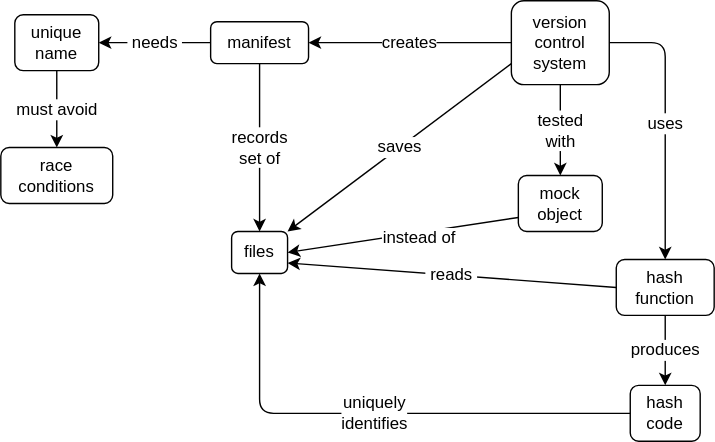
gvwilson/thirdbit keeps this draw.io diagram as sdxpy/archive/concept_map.svg. Above is the earlier version. Source tidied: cells renumbered, new cells last; positions are measured from the earlier drawing's top-left corner, leaving out a move shared by most shapes.
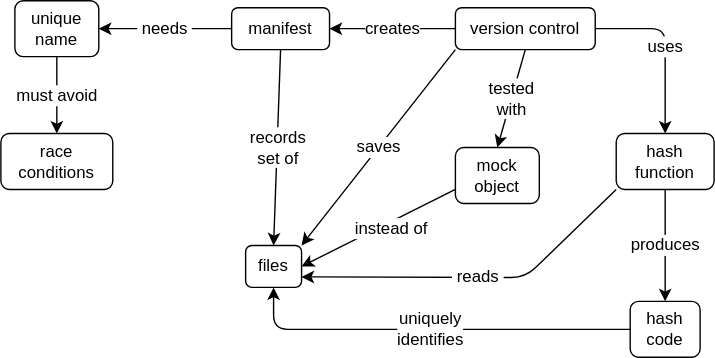
The same diagram one commit later.

What changed in the source:
```diff
@@ -2,23 +2,23 @@
   <root>
     <mxCell id="0" />
     <mxCell id="1" parent="0" />
-    <mxCell id="2" value="version&lt;br style=&quot;font-size: 12px;&quot;&gt;control&lt;br style=&quot;font-size: 12px;&quot;&gt;system" style="text;html=1;strokeColor=default;fillColor=none;align=center;verticalAlign=middle;whiteSpace=wrap;rounded=1;hachureGap=4;fontFamily=Helvetica;fontSize=12;" parent="1" vertex="1">
-      <mxGeometry x="365" width="70" height="60" as="geometry" />
+    <mxCell id="2" value="version control" style="text;html=1;strokeColor=default;fillColor=none;align=center;verticalAlign=middle;whiteSpace=wrap;rounded=1;hachureGap=4;fontFamily=Helvetica;fontSize=12;" parent="1" vertex="1">
+      <mxGeometry x="325" y="15" width="100" height="30" as="geometry" />
     </mxCell>
     <mxCell id="3" value="hash&lt;br style=&quot;font-size: 12px;&quot;&gt;function" style="text;html=1;strokeColor=default;fillColor=none;align=center;verticalAlign=middle;whiteSpace=wrap;rounded=1;hachureGap=4;fontFamily=Helvetica;fontSize=12;" parent="1" vertex="1">
-      <mxGeometry x="440" y="185" width="70" height="40" as="geometry" />
+      <mxGeometry x="440" y="105" width="70" height="40" as="geometry" />
     </mxCell>
     <mxCell id="4" value="files" style="text;html=1;strokeColor=default;fillColor=none;align=center;verticalAlign=middle;whiteSpace=wrap;rounded=1;hachureGap=4;fontFamily=Helvetica;fontSize=12;" parent="1" vertex="1">
-      <mxGeometry x="165" y="165" width="40" height="30" as="geometry" />
+      <mxGeometry x="175" y="185" width="40" height="30" as="geometry" />
     </mxCell>
     <mxCell id="5" value="hash&lt;br style=&quot;font-size: 12px;&quot;&gt;code" style="text;html=1;strokeColor=default;fillColor=none;align=center;verticalAlign=middle;whiteSpace=wrap;rounded=1;hachureGap=4;fontFamily=Helvetica;fontSize=12;" parent="1" vertex="1">
-      <mxGeometry x="450" y="275" width="50" height="40" as="geometry" />
+      <mxGeometry x="450" y="225" width="50" height="40" as="geometry" />
     </mxCell>
     <mxCell id="6" value="mock&lt;br style=&quot;font-size: 12px;&quot;&gt;object" style="text;html=1;strokeColor=default;fillColor=none;align=center;verticalAlign=middle;whiteSpace=wrap;rounded=1;hachureGap=4;fontFamily=Helvetica;fontSize=12;" parent="1" vertex="1">
-      <mxGeometry x="370" y="125" width="60" height="40" as="geometry" />
+      <mxGeometry x="325" y="115" width="60" height="40" as="geometry" />
     </mxCell>
     <mxCell id="7" value="manifest" style="text;html=1;strokeColor=default;fillColor=none;align=center;verticalAlign=middle;whiteSpace=wrap;rounded=1;hachureGap=4;fontFamily=Helvetica;fontSize=12;" parent="1" vertex="1">
-      <mxGeometry x="150" y="15" width="70" height="30" as="geometry" />
+      <mxGeometry x="165" y="15" width="70" height="30" as="geometry" />
     </mxCell>
     <mxCell id="8" value="unique&lt;br style=&quot;font-size: 12px;&quot;&gt;name" style="text;html=1;strokeColor=default;fillColor=none;align=center;verticalAlign=middle;whiteSpace=wrap;rounded=1;hachureGap=4;fontFamily=Helvetica;fontSize=12;" parent="1" vertex="1">
       <mxGeometry x="10" y="10" width="60" height="40" as="geometry" />
@@ -33,7 +33,7 @@
         </Array>
       </mxGeometry>
     </mxCell>
-    <mxCell id="11" value="saves" style="endArrow=classic;html=1;rounded=0;hachureGap=4;fontFamily=Helvetica;fontSize=12;sourcePerimeterSpacing=8;targetPerimeterSpacing=8;curved=1;entryX=1;entryY=0;entryDx=0;entryDy=0;exitX=0;exitY=0.75;exitDx=0;exitDy=0;" parent="1" edge="1" source="2" target="4">
+    <mxCell id="11" value="saves" style="endArrow=classic;html=1;rounded=0;hachureGap=4;fontFamily=Helvetica;fontSize=12;sourcePerimeterSpacing=8;targetPerimeterSpacing=8;curved=1;entryX=1;entryY=0;entryDx=0;entryDy=0;exitX=0;exitY=1;exitDx=0;exitDy=0;" parent="1" edge="1" source="2" target="4">
       <mxGeometry relative="1" as="geometry" />
     </mxCell>
     <mxCell id="12" value="creates" style="endArrow=classic;html=1;rounded=0;hachureGap=4;fontFamily=Helvetica;fontSize=12;sourcePerimeterSpacing=8;targetPerimeterSpacing=8;curved=1;entryX=1;entryY=0.5;entryDx=0;entryDy=0;exitX=0;exitY=0.5;exitDx=0;exitDy=0;" parent="1" edge="1" source="2" target="7">
@@ -51,12 +51,16 @@
     <mxCell id="16" value="uniquely&lt;br style=&quot;font-size: 12px;&quot;&gt;identifies" style="endArrow=classic;html=1;rounded=1;hachureGap=4;fontFamily=Helvetica;fontSize=12;sourcePerimeterSpacing=8;targetPerimeterSpacing=8;entryX=0.5;entryY=1;entryDx=0;entryDy=0;exitX=0;exitY=0.5;exitDx=0;exitDy=0;" parent="1" edge="1" source="5" target="4">
       <mxGeometry relative="1" as="geometry">
         <Array as="points">
-          <mxPoint x="185" y="295" />
+          <mxPoint x="195" y="245" />
         </Array>
       </mxGeometry>
     </mxCell>
-    <mxCell id="17" value="&amp;nbsp;reads&amp;nbsp;" style="endArrow=classic;html=1;rounded=0;hachureGap=4;fontFamily=Helvetica;fontSize=12;sourcePerimeterSpacing=8;targetPerimeterSpacing=8;curved=1;exitX=0;exitY=0.5;exitDx=0;exitDy=0;entryX=1;entryY=0.75;entryDx=0;entryDy=0;" parent="1" edge="1" source="3" target="4">
-      <mxGeometry relative="1" as="geometry" />
+    <mxCell id="17" value="&amp;nbsp;reads&amp;nbsp;" style="endArrow=classic;html=1;rounded=1;hachureGap=4;fontFamily=Helvetica;fontSize=12;sourcePerimeterSpacing=8;targetPerimeterSpacing=8;exitX=0;exitY=1;exitDx=0;exitDy=0;entryX=1;entryY=0.75;entryDx=0;entryDy=0;" parent="1" edge="1" source="3" target="4">
+      <mxGeometry relative="1" as="geometry">
+        <Array as="points">
+          <mxPoint x="375" y="208" />
+        </Array>
+      </mxGeometry>
     </mxCell>
     <mxCell id="18" value="produces" style="endArrow=classic;html=1;rounded=0;hachureGap=4;fontFamily=Helvetica;fontSize=12;sourcePerimeterSpacing=8;targetPerimeterSpacing=8;curved=1;exitX=0.5;exitY=1;exitDx=0;exitDy=0;entryX=0.5;entryY=0;entryDx=0;entryDy=0;" parent="1" edge="1" source="3" target="5">
       <mxGeometry relative="1" as="geometry" />
```
